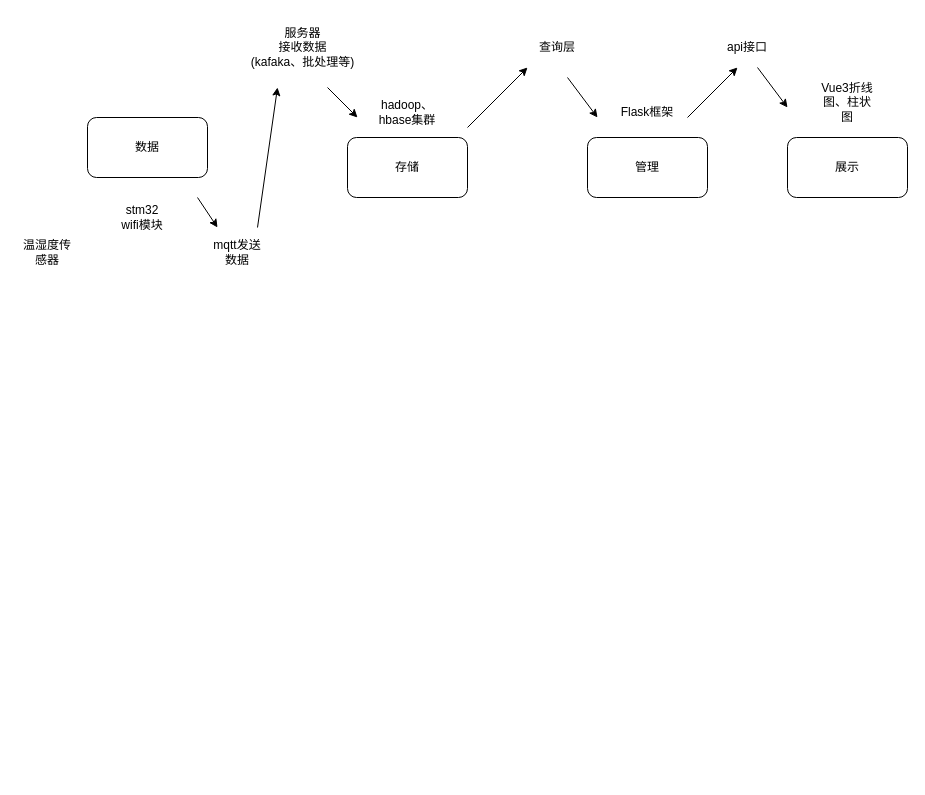
The draw.io diagram NexusScale.drawio in HarmmerRay/NexusScale-Manage, before the edit. Source tidied: cells renumbered, new cells numbered last; positions are measured from the earlier drawing's top-left corner, leaving out a move shared by most shapes. Both pictures are drawn from the tidied source at 100%, with x=0, y=0 at pixel (17, 17).
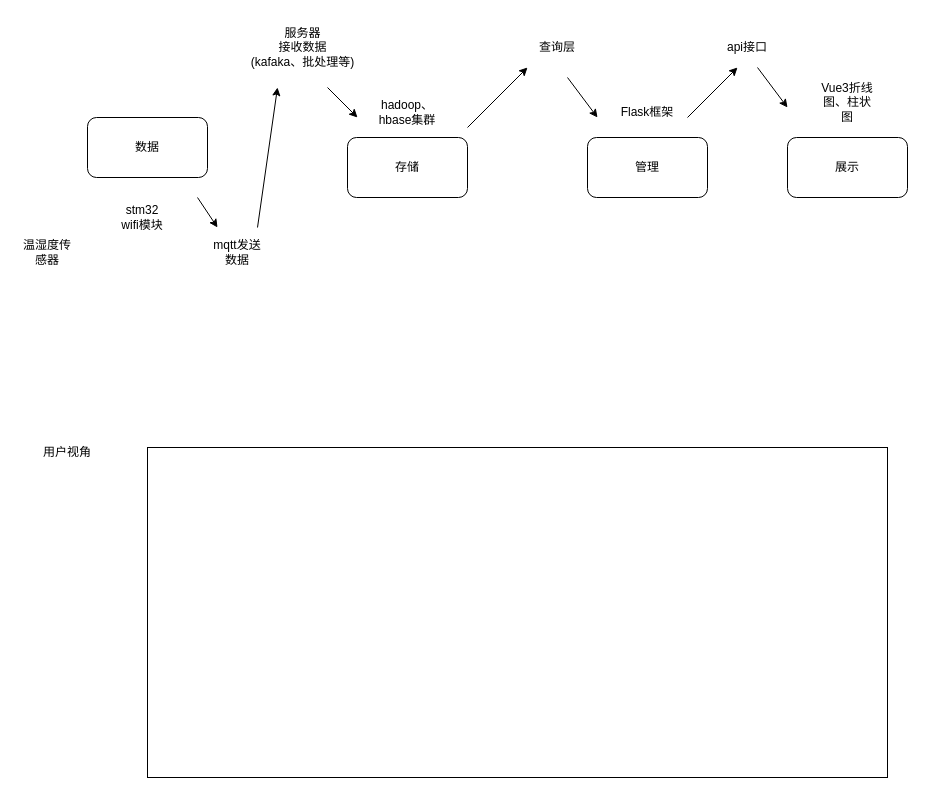
The same page after the edit.

What changed in the source:
```diff
@@
+    <mxCell id="22" style="rounded=0;whiteSpace=wrap;html=1;" parent="1" vertex="1">
+      <mxGeometry x="130" y="430" width="740" height="330" as="geometry" />
+    </mxCell>
+    <mxCell id="23" value="用户视角" style="text;html=1;align=center;verticalAlign=middle;whiteSpace=wrap;rounded=0;" parent="1" vertex="1">
+      <mxGeometry x="20" y="420" width="60" height="30" as="geometry" />
+    </mxCell>
```
